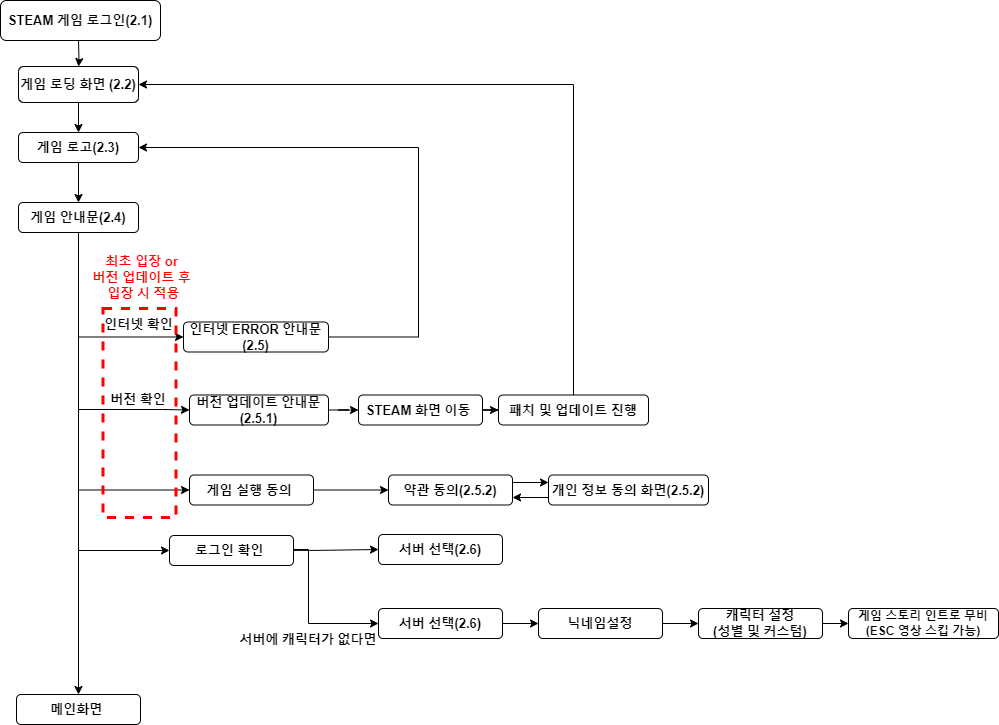
This is 게임진행_순서도.drawio.png from DeokgyunSHIN/Game_Flowchart, a draw.io export, as it was before one commit. Source tidied: cells renumbered, new cells last; positions are measured from the earlier drawing's top-left corner, leaving out a move shared by most shapes.
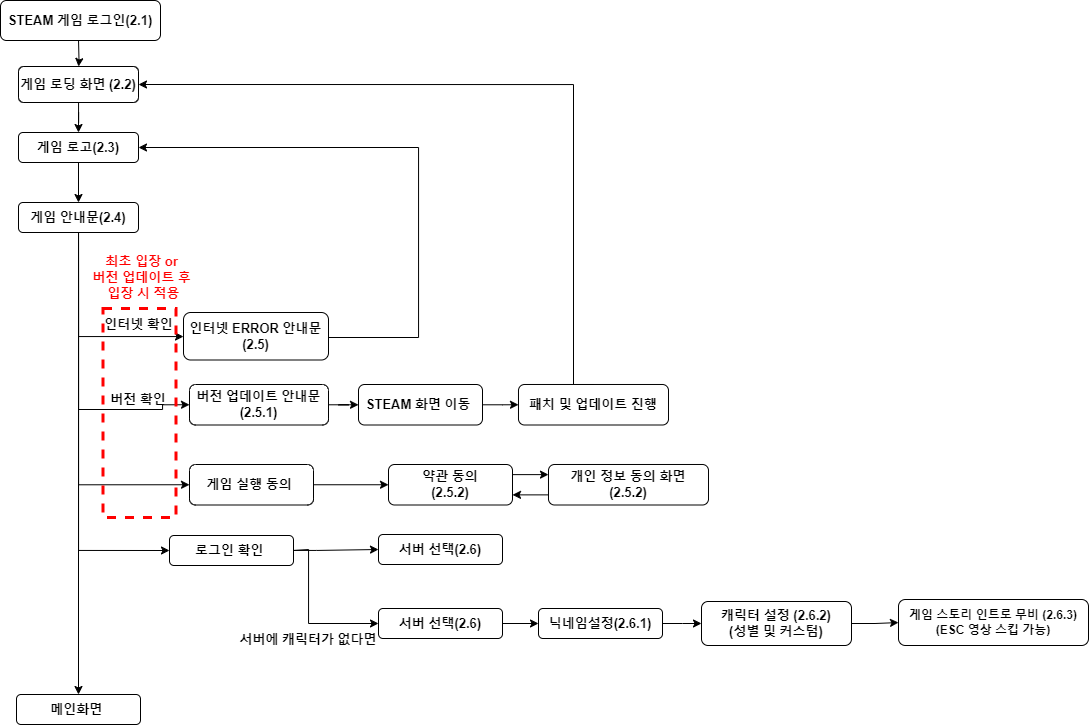
The same diagram one commit later.

Commit message:
게임진행_순서도.drawio.png 업데이트

Diff of the diagram source:
```diff
@@ -32,6 +32,7 @@
       <mxGeometry relative="1" as="geometry">
         <Array as="points">
           <mxPoint x="78" y="336" />
+          <mxPoint x="183" y="336" />
         </Array>
       </mxGeometry>
     </mxCell>
@@ -64,19 +65,19 @@
       </mxGeometry>
     </mxCell>
     <mxCell id="16" value="인터넷 ERROR 안내문(2.5)" style="rounded=1;whiteSpace=wrap;html=1;fontStyle=1;fontSize=13;" parent="1" vertex="1">
-      <mxGeometry x="183" y="321.5" width="145" height="30" as="geometry" />
+      <mxGeometry x="183" y="312" width="145" height="47.5" as="geometry" />
     </mxCell>
     <mxCell id="17" style="edgeStyle=orthogonalEdgeStyle;rounded=0;jettySize=auto;html=1;fontSize=13;" parent="1" edge="1" source="18" target="20">
       <mxGeometry relative="1" as="geometry" />
     </mxCell>
     <mxCell id="18" value="버전 업데이트 안내문(2.5.1)" style="rounded=1;whiteSpace=wrap;html=1;fontStyle=1;fontSize=13;" parent="1" vertex="1">
-      <mxGeometry x="189" y="394.5" width="139" height="30" as="geometry" />
+      <mxGeometry x="189" y="384" width="139" height="40.5" as="geometry" />
     </mxCell>
     <mxCell id="19" style="edgeStyle=orthogonalEdgeStyle;rounded=0;jettySize=auto;html=1;entryX=0;entryY=0.5;entryDx=0;entryDy=0;fontSize=13;" parent="1" edge="1" source="20" target="22">
       <mxGeometry relative="1" as="geometry" />
     </mxCell>
     <mxCell id="20" value="STEAM 화면 이동&amp;nbsp;" style="rounded=1;whiteSpace=wrap;html=1;fontStyle=1;fontSize=13;" parent="1" vertex="1">
-      <mxGeometry x="358" y="394.5" width="124" height="30" as="geometry" />
+      <mxGeometry x="358" y="384" width="124" height="40.5" as="geometry" />
     </mxCell>
     <mxCell id="21" style="edgeStyle=orthogonalEdgeStyle;rounded=0;jettySize=auto;html=1;entryX=1;entryY=0.5;entryDx=0;entryDy=0;fontSize=13;exitX=0.5;exitY=0;exitDx=0;exitDy=0;" parent="1" edge="1" source="22" target="6">
       <mxGeometry relative="1" as="geometry">
@@ -86,7 +87,7 @@
       </mxGeometry>
     </mxCell>
     <mxCell id="22" value="패치 및 업데이트 진행" style="rounded=1;whiteSpace=wrap;html=1;fontStyle=1;fontSize=13;" parent="1" vertex="1">
-      <mxGeometry x="498" y="394.5" width="150" height="30" as="geometry" />
+      <mxGeometry x="518" y="384" width="150" height="40.5" as="geometry" />
     </mxCell>
     <mxCell id="23" style="edgeStyle=orthogonalEdgeStyle;rounded=0;jettySize=auto;html=1;entryX=0;entryY=0.5;entryDx=0;entryDy=0;fontSize=13;" parent="1" edge="1" target="26">
       <mxGeometry relative="1" as="geometry">
@@ -120,14 +121,14 @@
     <mxCell id="29" style="edgeStyle=orthogonalEdgeStyle;rounded=0;jettySize=auto;html=1;fontStyle=1;fontSize=13;" parent="1" edge="1" source="30" target="32">
       <mxGeometry relative="1" as="geometry" />
     </mxCell>
-    <mxCell id="30" value="닉네임설정" style="rounded=1;whiteSpace=wrap;html=1;fontStyle=1;fontSize=13;" parent="1" vertex="1">
+    <mxCell id="30" value="닉네임설정(2.6.1)" style="rounded=1;whiteSpace=wrap;html=1;fontStyle=1;fontSize=13;" parent="1" vertex="1">
       <mxGeometry x="538" y="608" width="124" height="30" as="geometry" />
     </mxCell>
     <mxCell id="31" style="edgeStyle=orthogonalEdgeStyle;rounded=0;jettySize=auto;html=1;fontStyle=1;fontSize=13;" parent="1" edge="1" source="32" target="43">
       <mxGeometry relative="1" as="geometry" />
     </mxCell>
-    <mxCell id="32" value="캐릭터 설정&lt;div style=&quot;font-size: 13px;&quot;&gt;(성별 및 커스텀)&lt;/div&gt;" style="rounded=1;whiteSpace=wrap;html=1;fontStyle=1;fontSize=13;" parent="1" vertex="1">
-      <mxGeometry x="698" y="608" width="124" height="30" as="geometry" />
+    <mxCell id="32" value="캐릭터 설정 (2.6.2)&lt;div style=&quot;font-size: 13px;&quot;&gt;(성별 및 커스텀)&lt;/div&gt;" style="rounded=1;whiteSpace=wrap;html=1;fontStyle=1;fontSize=13;" parent="1" vertex="1">
+      <mxGeometry x="701" y="601" width="150" height="44" as="geometry" />
     </mxCell>
     <mxCell id="33" value="메인화면&amp;nbsp;" style="rounded=1;whiteSpace=wrap;html=1;fontStyle=1;fontSize=13;" parent="1" vertex="1">
       <mxGeometry x="16" y="694" width="124" height="30" as="geometry" />
@@ -142,13 +143,13 @@
       <mxGeometry relative="1" as="geometry" />
     </mxCell>
     <mxCell id="37" value="게임 실행 동의&amp;nbsp;" style="rounded=1;whiteSpace=wrap;html=1;fontStyle=1;fontSize=13;" parent="1" vertex="1">
-      <mxGeometry x="189" y="474.5" width="124" height="30" as="geometry" />
+      <mxGeometry x="189" y="464" width="124" height="40.5" as="geometry" />
     </mxCell>
-    <mxCell id="38" value="약관 동의(2.5.2)" style="rounded=1;whiteSpace=wrap;html=1;fontStyle=1;fontSize=13;" parent="1" vertex="1">
-      <mxGeometry x="388" y="474.5" width="124" height="30" as="geometry" />
+    <mxCell id="38" value="약관 동의&lt;div&gt;(2.5.2)&lt;/div&gt;" style="rounded=1;whiteSpace=wrap;html=1;fontStyle=1;fontSize=13;" parent="1" vertex="1">
+      <mxGeometry x="388" y="464" width="124" height="40.5" as="geometry" />
     </mxCell>
-    <mxCell id="39" value="개인 정보 동의 화면(2.5.2)" style="rounded=1;whiteSpace=wrap;html=1;fontStyle=1;fontSize=13;" parent="1" vertex="1">
-      <mxGeometry x="548" y="474.5" width="160" height="30" as="geometry" />
+    <mxCell id="39" value="개인 정보 동의 화면&lt;div&gt;(2.5.2)&lt;/div&gt;" style="rounded=1;whiteSpace=wrap;html=1;fontStyle=1;fontSize=13;" parent="1" vertex="1">
+      <mxGeometry x="548" y="464" width="160" height="40.5" as="geometry" />
     </mxCell>
     <mxCell id="40" style="endArrow=classic;html=1;rounded=0;entryX=0;entryY=0.25;entryDx=0;entryDy=0;exitX=1;exitY=0.25;exitDx=0;exitDy=0;fontSize=13;" parent="1" edge="1" source="38" target="39">
       <mxGeometry relative="1" as="geometry" />
@@ -159,8 +160,8 @@
     <mxCell id="42" value="서버에 캐릭터가 없다면" style="text;html=1;align=center;verticalAlign=middle;whiteSpace=wrap;rounded=0;fontStyle=1;fontSize=13;" parent="1" vertex="1">
       <mxGeometry x="238" y="624" width="140" height="30" as="geometry" />
     </mxCell>
-    <mxCell id="43" value="게임 스토리 인트로 무비&lt;div&gt;(ESC 영상 스킵 가능)&lt;/div&gt;" style="rounded=1;whiteSpace=wrap;html=1;fontStyle=1;" parent="1" vertex="1">
-      <mxGeometry x="848" y="608" width="150" height="30" as="geometry" />
+    <mxCell id="43" value="게임 스토리 인트로 무비 (2.6.3)&lt;div&gt;(ESC 영상 스킵 가능)&lt;/div&gt;" style="rounded=1;whiteSpace=wrap;html=1;fontStyle=1;" parent="1" vertex="1">
+      <mxGeometry x="898" y="599" width="190" height="46" as="geometry" />
     </mxCell>
     <mxCell id="44" style="rounded=0;whiteSpace=wrap;html=1;fillColor=none;strokeColor=#FF0000;strokeWidth=3;dashed=1;fontSize=13;" parent="1" vertex="1">
       <mxGeometry x="102.5" y="308" width="73" height="209" as="geometry" />
```
